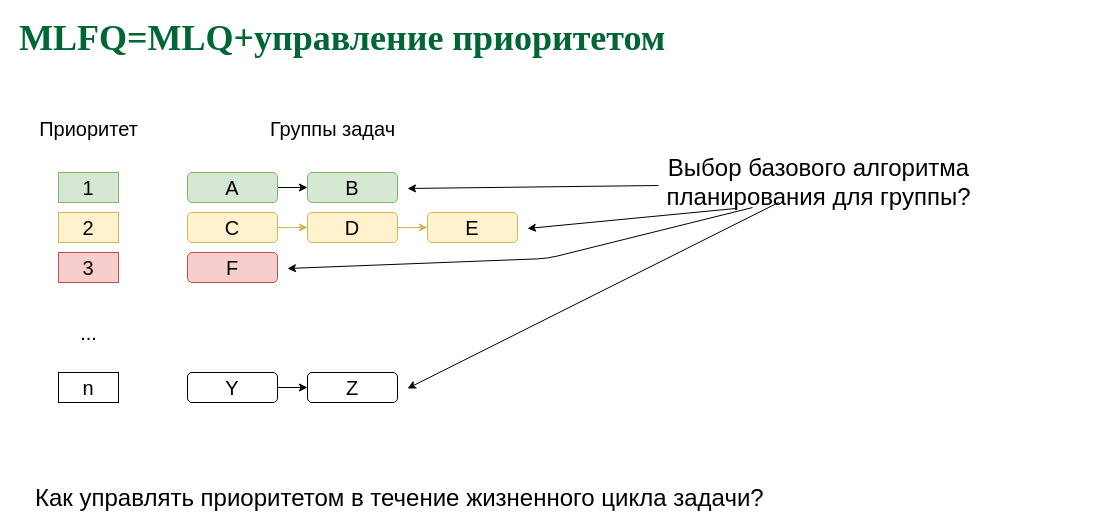
Earlier version of the draw.io diagram page "MLFQ-1" (20 of 25) of slides/sched.drawio (77maxikov/os_course). Source tidied: cells renumbered, new cells numbered last; positions are measured from the earlier drawing's top-left corner, leaving out a move shared by most shapes. Both pictures are drawn from the tidied source at 100%, with x=0, y=0 at pixel (17, 28).
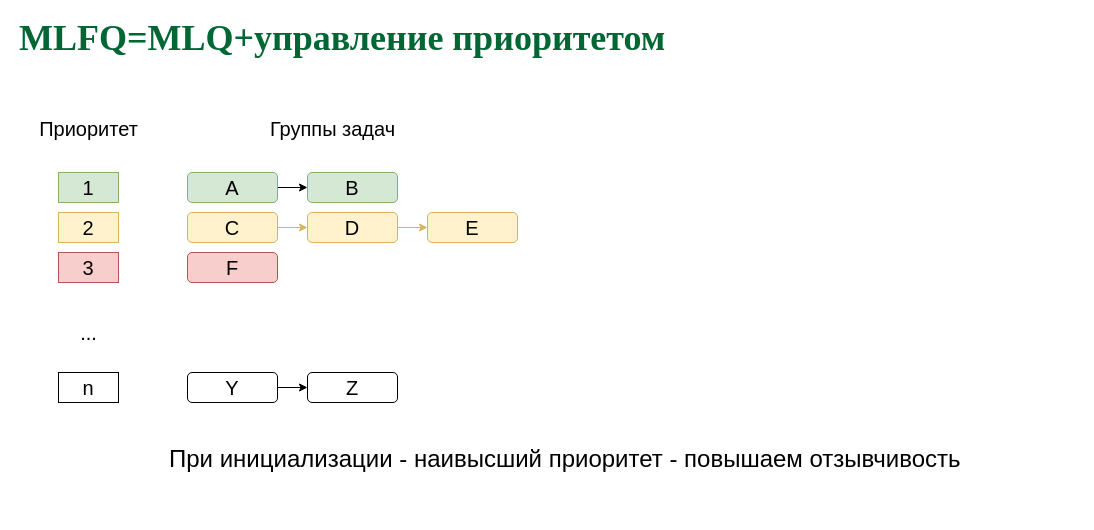
The same diagram, later.

What changed in the source:
```diff
@@
-    <mxCell id="22" value="&lt;font style=&quot;font-size: 24px&quot;&gt;Как управлять приоритетом в течение жизненного цикла задачи?&lt;/font&gt;" style="text;html=1;align=left;verticalAlign=middle;strokeColor=none;fillColor=none;" parent="1" vertex="1">
-      <mxGeometry x="16" y="460" width="740" height="20" as="geometry" />
-    </mxCell>
-    <mxCell id="23" value="&lt;font style=&quot;font-size: 24px&quot;&gt;Выбор базового алгоритма &lt;br&gt;планирования для группы?&lt;/font&gt;" style="text;html=1;align=center;verticalAlign=middle;points=[];strokeColor=none;fillColor=none;" parent="1" vertex="1">
-      <mxGeometry x="641" y="134" width="320" height="40" as="geometry" />
-    </mxCell>
-    <mxCell id="24" style="endArrow=classic;html=1;rounded=1;fontSize=24;exitX=0;exitY=0.575;exitDx=0;exitDy=0;exitPerimeter=0;" parent="1" edge="1" source="23">
-      <mxGeometry relative="1" as="geometry">
-        <mxPoint x="390" y="160" as="targetPoint" />
-      </mxGeometry>
-    </mxCell>
-    <mxCell id="25" style="endArrow=classic;html=1;rounded=1;fontSize=24;exitX=0.241;exitY=1.15;exitDx=0;exitDy=0;exitPerimeter=0;" parent="1" edge="1" source="23">
-      <mxGeometry relative="1" as="geometry">
-        <mxPoint x="510" y="200" as="targetPoint" />
-      </mxGeometry>
-    </mxCell>
-    <mxCell id="26" style="endArrow=classic;html=1;rounded=1;fontSize=24;" parent="1" edge="1" source="23">
-      <mxGeometry relative="1" as="geometry">
-        <mxPoint x="390" y="360" as="targetPoint" />
-      </mxGeometry>
-    </mxCell>
-    <mxCell id="27" style="endArrow=classic;html=1;rounded=1;fontSize=24;exitX=0.294;exitY=1.125;exitDx=0;exitDy=0;exitPerimeter=0;" parent="1" edge="1" source="23">
-      <mxGeometry relative="1" as="geometry">
-        <mxPoint x="270" y="240" as="targetPoint" />
-        <Array as="points">
-          <mxPoint x="530" y="230" />
-        </Array>
-      </mxGeometry>
-    </mxCell>
+    <mxCell id="28" value="При инициализации - наивысший приоритет - повышаем отзывчивость" style="text;whiteSpace=wrap;html=1;fontSize=24;" parent="1" vertex="1">
+      <mxGeometry x="150" y="410" width="810" height="50" as="geometry" />
+    </mxCell>
```
